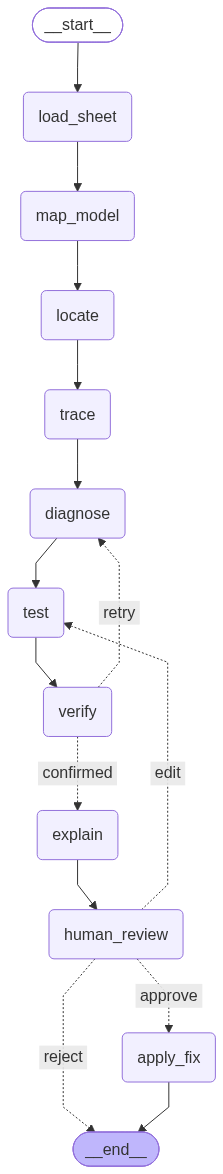
Before: docs/investigation-graph.png, a diagram exported from Mermaid (ol1ak5/model-x-ray). Its source is kept beside it as docs/investigation-graph.mmd.
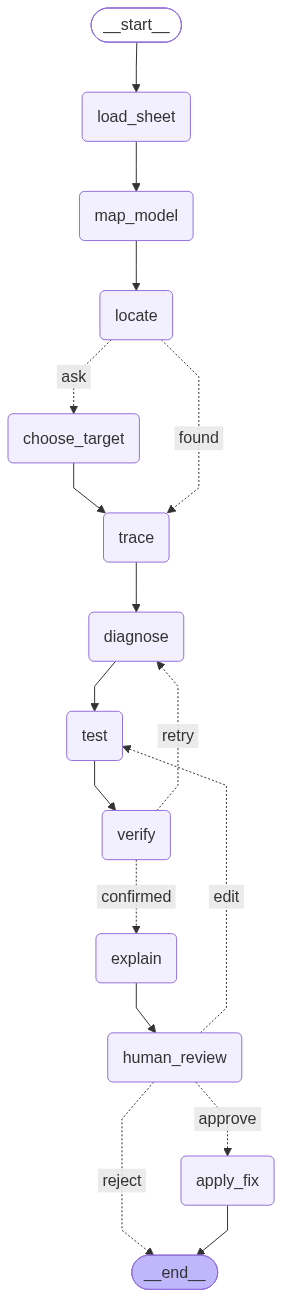
After the commit.

What changed in the source:
```diff
@@ -8,6 +8,7 @@
 	load_sheet(load_sheet)
 	map_model(map_model)
 	locate(locate)
+	choose_target(choose_target)
 	trace(trace)
 	test(test)
 	verify(verify)
@@ -17,13 +18,15 @@
 	diagnose(diagnose)
 	__end__([<p>__end__</p>]):::last
 	__start__ --> load_sheet;
+	choose_target --> trace;
 	diagnose --> test;
 	explain --> human_review;
 	human_review -. &nbsp;reject&nbsp; .-> __end__;
 	human_review -. &nbsp;approve&nbsp; .-> apply_fix;
 	human_review -. &nbsp;edit&nbsp; .-> test;
 	load_sheet --> map_model;
-	locate --> trace;
+	locate -. &nbsp;ask&nbsp; .-> choose_target;
+	locate -. &nbsp;found&nbsp; .-> trace;
 	map_model --> locate;
 	test --> verify;
 	trace --> diagnose;
```
